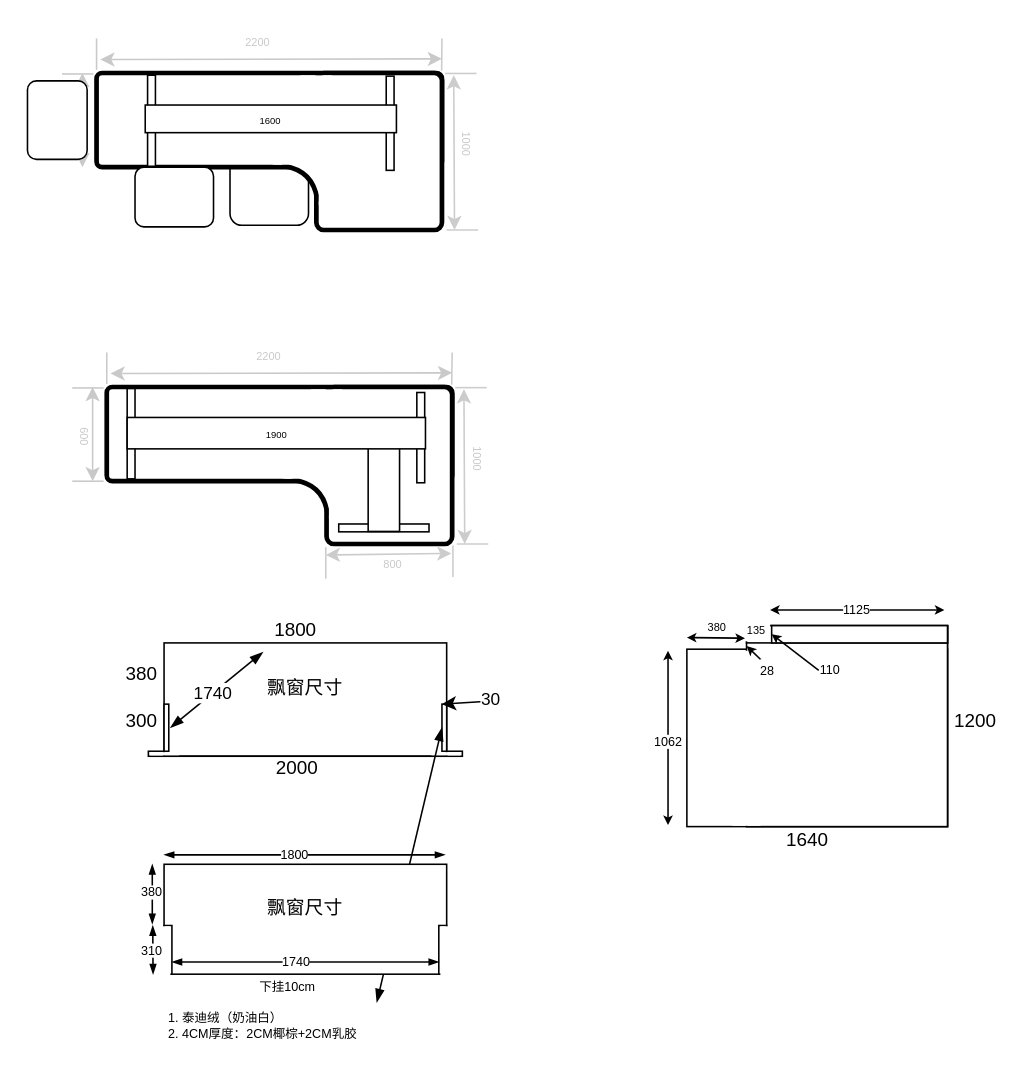
This is page "第 16 页" (16 of 16) of design.drawio from iswade/iswade, a draw.io file, before an edit. Source tidied: cells renumbered, new cells numbered last; positions are measured from the earlier drawing's top-left corner, leaving out a move shared by most shapes. Both pictures are drawn from the tidied source at 157%, with x=0, y=0 at pixel (17, 27).
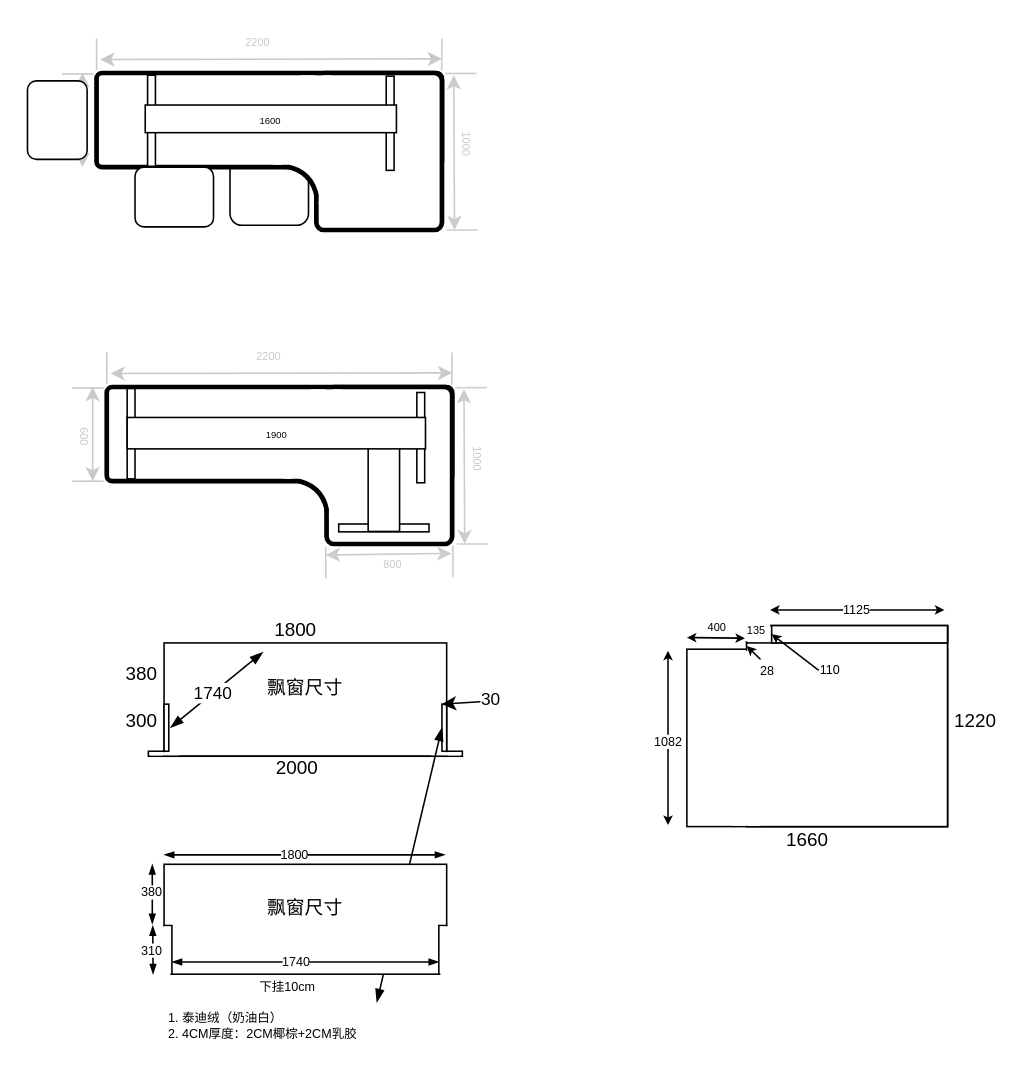
Above is the later version.

The change refers to these unchanged cells:
```xml
<mxCell id="95" style="endArrow=classic;startArrow=classic;html=1;rounded=0;startSize=3;endSize=3;fontSize=6;" parent="1" edge="1">
  <mxGeometry relative="1" as="geometry">
    <mxPoint x="426" y="388.6" as="sourcePoint" />
    <mxPoint x="463" y="389" as="targetPoint" />
  </mxGeometry>
</mxCell>
<mxCell id="100" style="endArrow=classic;startArrow=classic;html=1;rounded=0;startSize=3;endSize=3;" parent="1" edge="1">
  <mxGeometry relative="1" as="geometry">
    <mxPoint x="414" y="508" as="sourcePoint" />
    <mxPoint x="414" y="397" as="targetPoint" />
  </mxGeometry>
</mxCell>
```

The edit, as a diff of the source:
```diff
@@
-    <mxCell id="67" value="1200" style="text;html=1;align=center;verticalAlign=middle;whiteSpace=wrap;rounded=0;" parent="1" vertex="1">
+    <mxCell id="67" value="1220" style="text;html=1;align=center;verticalAlign=middle;whiteSpace=wrap;rounded=0;" parent="1" vertex="1">
       <mxGeometry x="593" y="427" width="34" height="30" as="geometry" />
     </mxCell>
-    <mxCell id="68" value="1640" style="text;html=1;align=center;verticalAlign=middle;whiteSpace=wrap;rounded=0;" parent="1" vertex="1">
+    <mxCell id="68" value="1660" style="text;html=1;align=center;verticalAlign=middle;whiteSpace=wrap;rounded=0;" parent="1" vertex="1">
       <mxGeometry x="473" y="511" width="60" height="14" as="geometry" />
     </mxCell>
@@
-    <mxCell id="96" value="&lt;font style=&quot;font-size: 7px;&quot;&gt;380&lt;/font&gt;" style="edgeLabel;html=1;align=center;verticalAlign=middle;" parent="95" vertex="1">
+    <mxCell id="96" value="&lt;font style=&quot;font-size: 7px;&quot;&gt;400&lt;/font&gt;" style="edgeLabel;html=1;align=center;verticalAlign=middle;" parent="95" vertex="1">
       <mxGeometry x="-0.02" y="1" relative="1" as="geometry">
         <mxPoint y="-7" as="offset" />
       </mxGeometry>
     </mxCell>
@@
-    <mxCell id="101" value="1062" style="edgeLabel;html=1;align=center;verticalAlign=middle;fontSize=8;" parent="100" vertex="1">
+    <mxCell id="101" value="1082" style="edgeLabel;html=1;align=center;verticalAlign=middle;fontSize=8;" parent="100" vertex="1">
       <mxGeometry x="-0.02" y="1" relative="1" as="geometry" />
     </mxCell>
```
